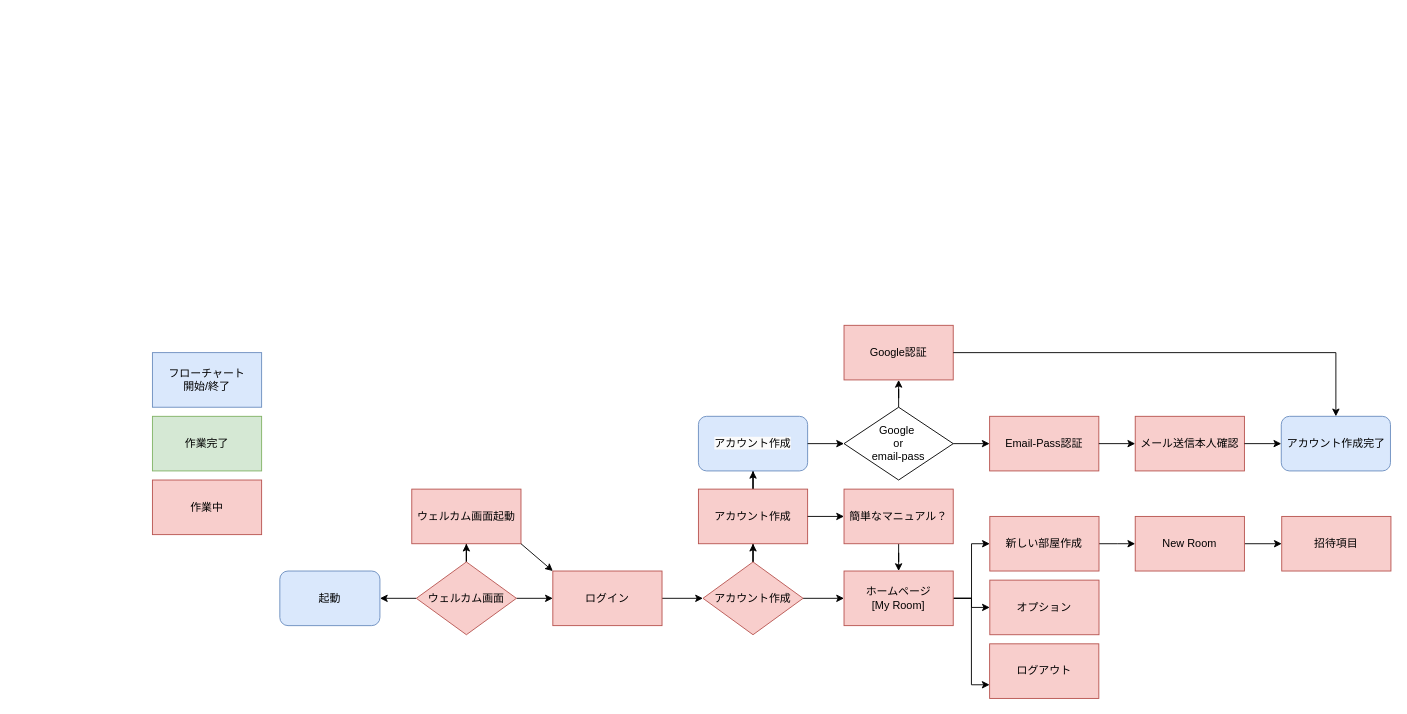
ASHIMOTO0729/Drow.io keeps this draw.io diagram as TabiCore.drawio. Above is the earlier version. Source tidied: cells renumbered, new cells numbered last; positions are measured from the earlier drawing's top-left corner, leaving out a move shared by most shapes. Both pictures are drawn from the tidied source at 91%, with x=0, y=0 at pixel (152, 325).
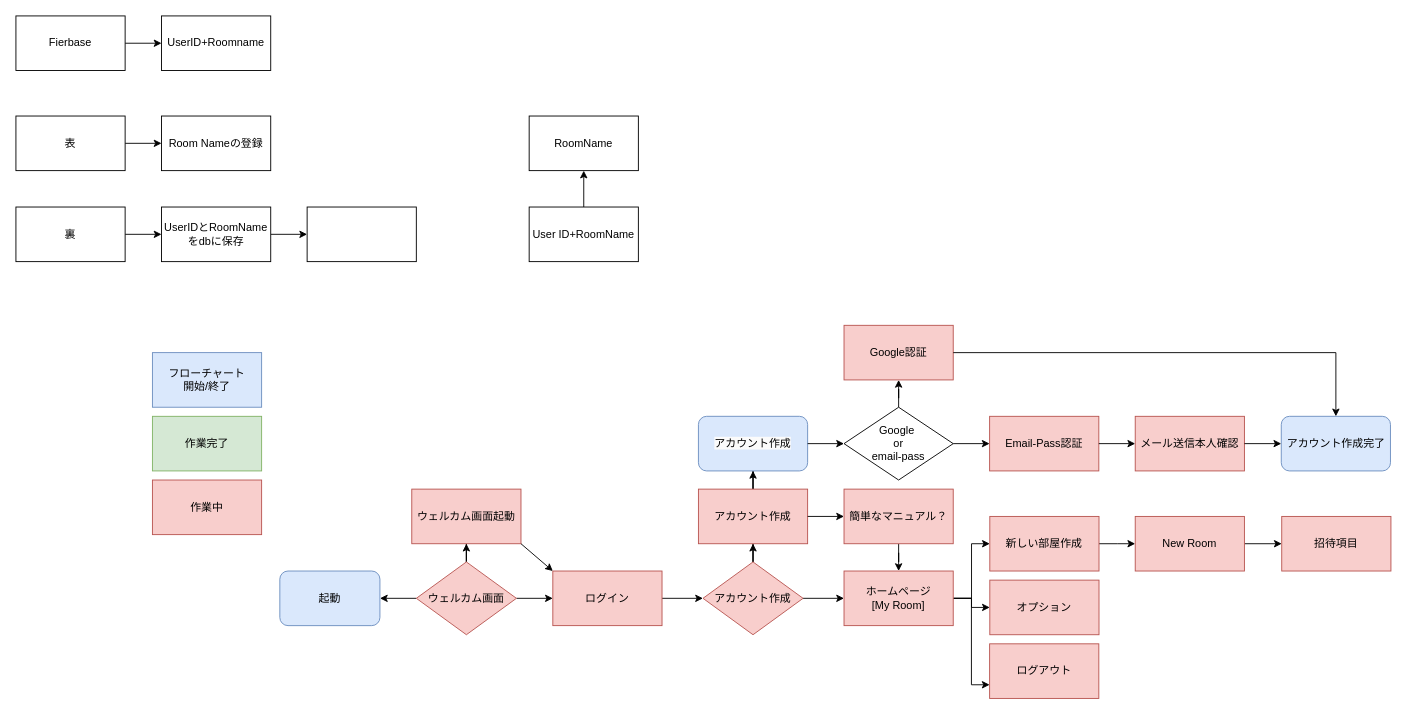
Above is the later version.

Commit message:
TabiCore.drawio を更新します

The edit, as a diff of the source:
```diff
@@
+    <mxCell id="46" style="edgeStyle=orthogonalEdgeStyle;rounded=0;jettySize=auto;html=1;" parent="1" edge="1" source="47" target="48">
+      <mxGeometry relative="1" as="geometry" />
+    </mxCell>
+    <mxCell id="47" value="User ID+RoomName" style="rounded=0;whiteSpace=wrap;html=1;" parent="1" vertex="1">
+      <mxGeometry x="414" y="-130" width="120" height="60" as="geometry" />
+    </mxCell>
+    <mxCell id="48" value="RoomName" style="rounded=0;whiteSpace=wrap;html=1;" parent="1" vertex="1">
+      <mxGeometry x="414" y="-230" width="120" height="60" as="geometry" />
+    </mxCell>
+    <mxCell id="49" style="edgeStyle=orthogonalEdgeStyle;rounded=0;jettySize=auto;html=1;" parent="1" edge="1" source="50" target="53">
+      <mxGeometry relative="1" as="geometry" />
+    </mxCell>
+    <mxCell id="50" value="表" style="whiteSpace=wrap;html=1;rounded=0;" parent="1" vertex="1">
+      <mxGeometry x="-150" y="-230" width="120" height="60" as="geometry" />
+    </mxCell>
+    <mxCell id="51" style="edgeStyle=orthogonalEdgeStyle;rounded=0;jettySize=auto;html=1;" parent="1" edge="1" source="52" target="55">
+      <mxGeometry relative="1" as="geometry" />
+    </mxCell>
+    <mxCell id="52" value="裏" style="whiteSpace=wrap;html=1;rounded=0;" parent="1" vertex="1">
+      <mxGeometry x="-150" y="-130" width="120" height="60" as="geometry" />
+    </mxCell>
+    <mxCell id="53" value="Room Nameの登録" style="whiteSpace=wrap;html=1;rounded=0;" parent="1" vertex="1">
+      <mxGeometry x="10" y="-230" width="120" height="60" as="geometry" />
+    </mxCell>
+    <mxCell id="54" style="edgeStyle=orthogonalEdgeStyle;rounded=0;jettySize=auto;html=1;" parent="1" edge="1" source="55" target="56">
+      <mxGeometry relative="1" as="geometry" />
+    </mxCell>
+    <mxCell id="55" value="UserIDとRoomNameをdbに保存" style="whiteSpace=wrap;html=1;rounded=0;" parent="1" vertex="1">
+      <mxGeometry x="10" y="-130" width="120" height="60" as="geometry" />
+    </mxCell>
+    <mxCell id="56" style="whiteSpace=wrap;html=1;rounded=0;" parent="1" vertex="1">
+      <mxGeometry x="170" y="-130" width="120" height="60" as="geometry" />
+    </mxCell>
+    <mxCell id="57" style="edgeStyle=orthogonalEdgeStyle;rounded=0;jettySize=auto;html=1;" parent="1" edge="1" source="58" target="59">
+      <mxGeometry relative="1" as="geometry" />
+    </mxCell>
+    <mxCell id="58" value="Fierbase" style="whiteSpace=wrap;html=1;rounded=0;" parent="1" vertex="1">
+      <mxGeometry x="-150" y="-340" width="120" height="60" as="geometry" />
+    </mxCell>
+    <mxCell id="59" value="UserID+Roomname" style="whiteSpace=wrap;html=1;rounded=0;" parent="1" vertex="1">
+      <mxGeometry x="10" y="-340" width="120" height="60" as="geometry" />
+    </mxCell>
```
